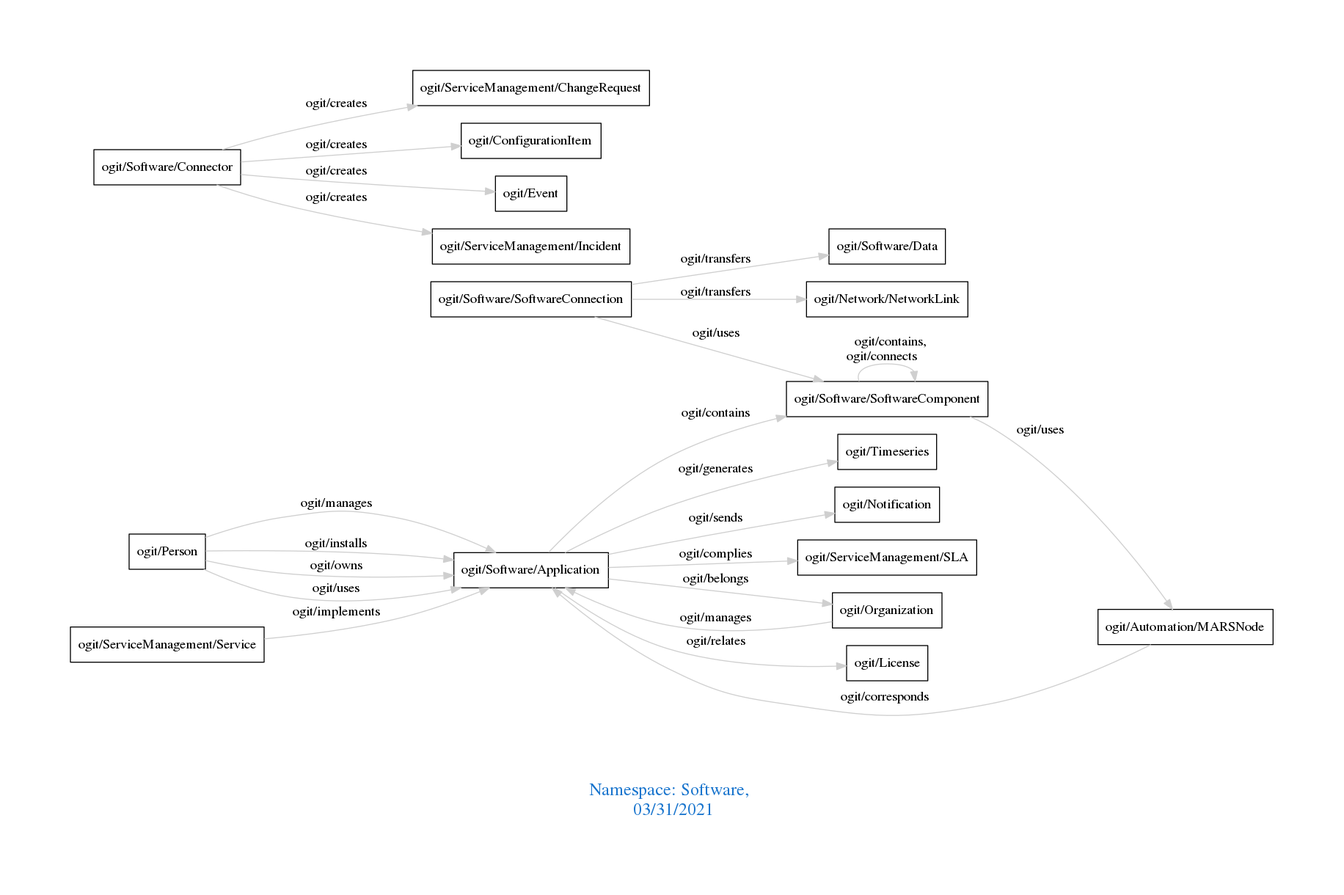
This is downloads/Software.png from arago/OGIT, a Graphviz export, as it was before one commit. Its source is kept beside it as downloads/Software.dot.
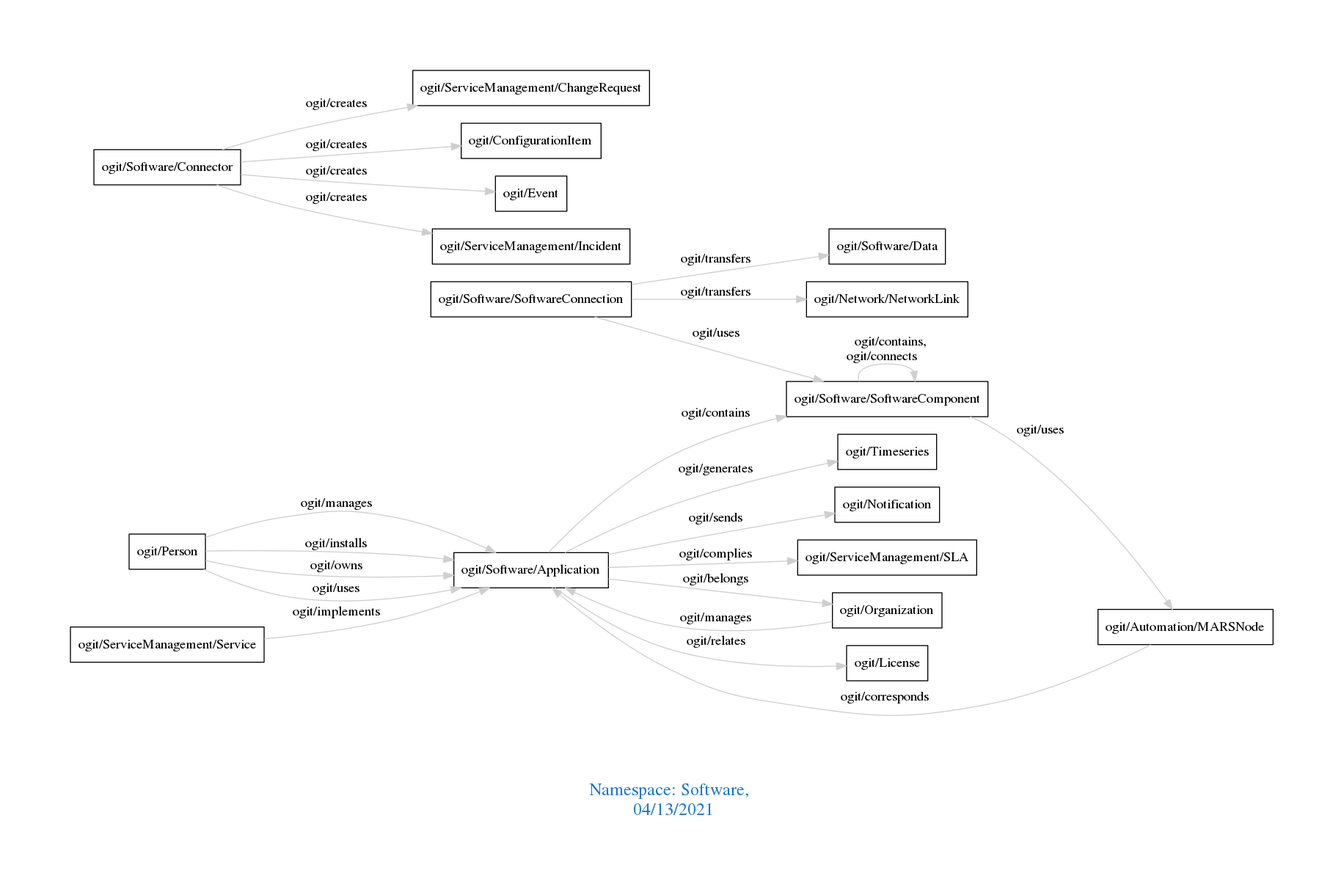
After the change.

Change to the diagram source:
```diff
@@ -1,7 +1,7 @@
 digraph OGIT_ontology {
  graph [ rankdir= LR,pad=1
 fontsize = 18,
-fontcolor= dodgerblue3,label = "\n\n\nNamespace: Software, \n 03/31/2021"];
+fontcolor= dodgerblue3,label = "\n\n\nNamespace: Software, \n 04/13/2021"];
 node[shape=polygon];
 edge [  color="gray81"];
 
```
